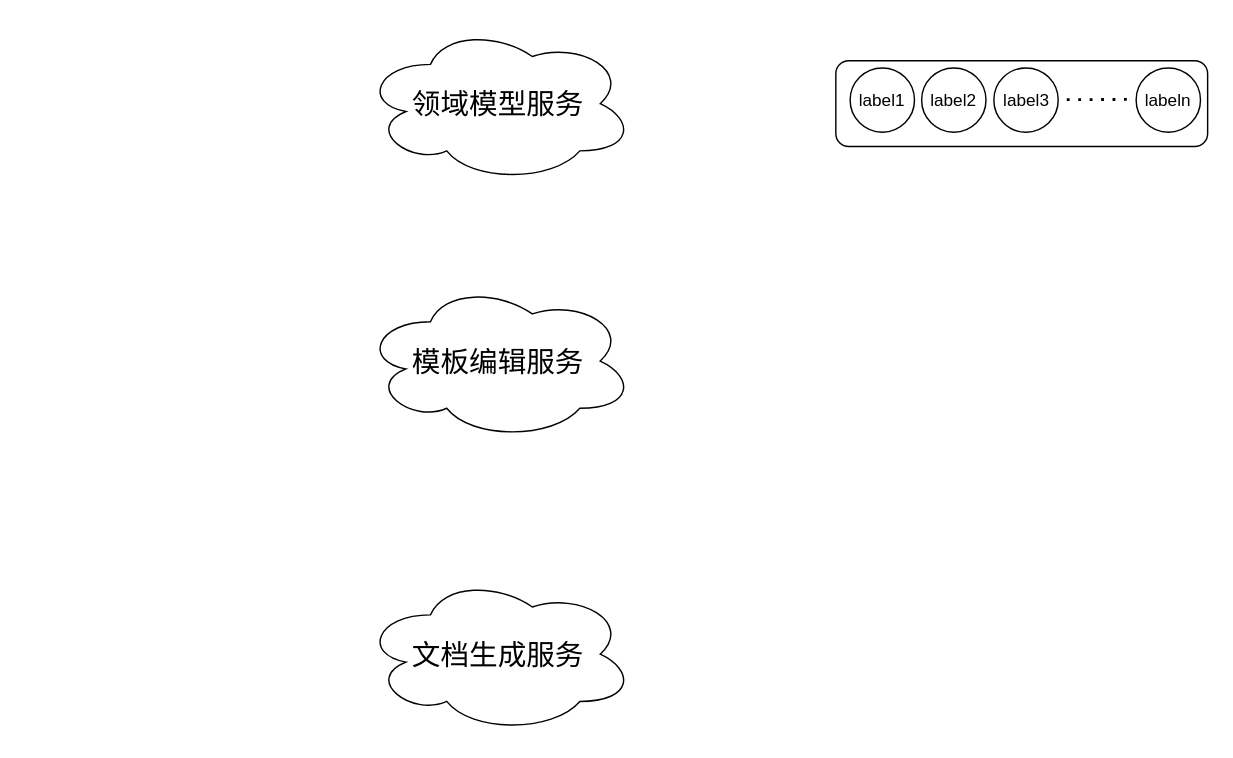
HonyoLAN/telmy keeps this draw.io diagram as 文档方案图.drawio. Above is the earlier version. Source tidied: cells renumbered, new cells numbered last; positions are measured from the earlier drawing's top-left corner, leaving out a move shared by most shapes. Both pictures are drawn from the tidied source at 143%, with x=0, y=0 at pixel (362, 24).
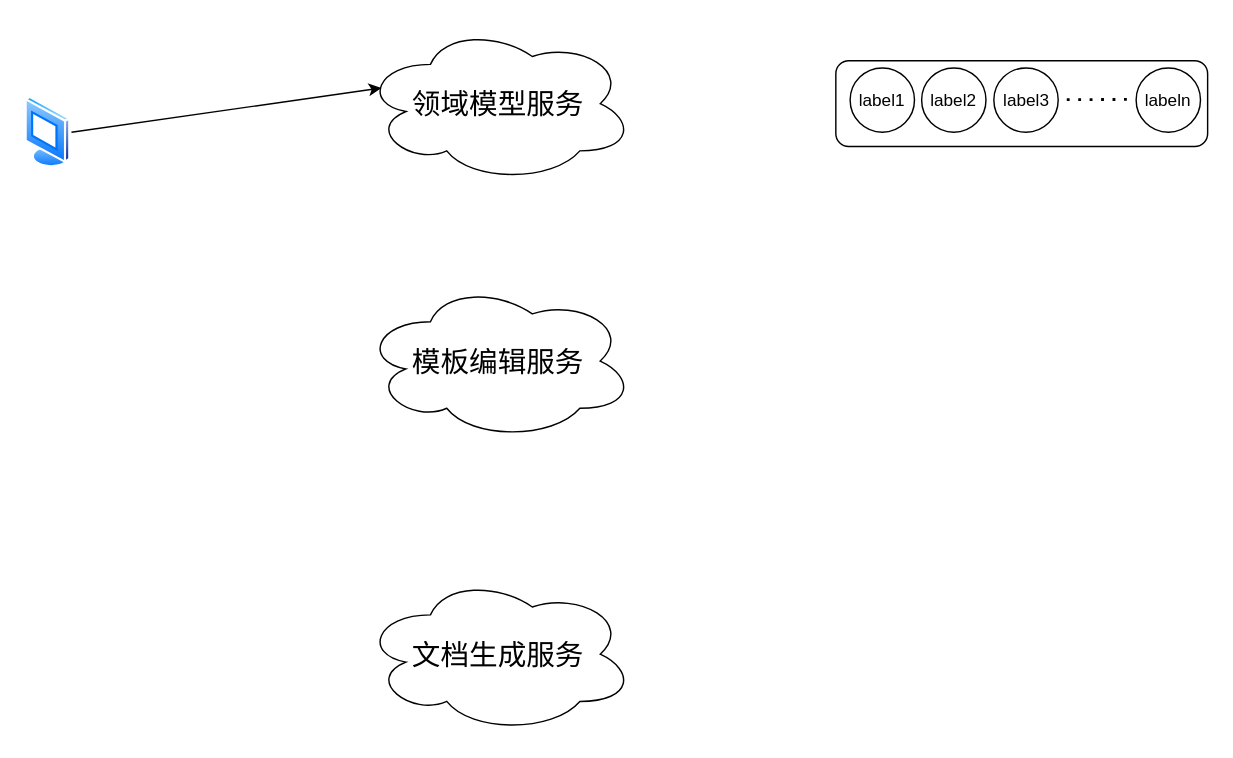
After the change.

Commit message:
更新文档方案图.drawio

The edit, as a diff of the source:
```diff
@@
 <mxGraphModel>
   <root>
     <mxCell id="0" />
     <mxCell id="1" parent="0" />
     <mxCell id="2" value="&lt;font style=&quot;font-size: 20px;&quot;&gt;领域模型服务&lt;/font&gt;" style="ellipse;shape=cloud;whiteSpace=wrap;html=1;" parent="1" vertex="1">
       <mxGeometry width="190" height="110" as="geometry" />
     </mxCell>
     <mxCell id="3" value="&lt;font style=&quot;font-size: 20px;&quot;&gt;模板编辑服务&lt;/font&gt;" style="ellipse;shape=cloud;whiteSpace=wrap;html=1;" parent="1" vertex="1">
       <mxGeometry y="180" width="190" height="110" as="geometry" />
     </mxCell>
     <mxCell id="4" value="&lt;font style=&quot;font-size: 20px;&quot;&gt;文档生成服务&lt;/font&gt;" style="ellipse;shape=cloud;whiteSpace=wrap;html=1;" parent="1" vertex="1">
       <mxGeometry y="385" width="190" height="110" as="geometry" />
     </mxCell>
     <mxCell id="5" style="rounded=1;whiteSpace=wrap;html=1;" parent="1" vertex="1">
       <mxGeometry x="331" y="25" width="260" height="60" as="geometry" />
     </mxCell>
     <mxCell id="6" value="label1" style="ellipse;whiteSpace=wrap;html=1;" parent="1" vertex="1">
       <mxGeometry x="341" y="30" width="45" height="45" as="geometry" />
     </mxCell>
     <mxCell id="7" value="label2" style="ellipse;whiteSpace=wrap;html=1;" parent="1" vertex="1">
       <mxGeometry x="391" y="30" width="45" height="45" as="geometry" />
     </mxCell>
     <mxCell id="8" value="label3" style="ellipse;whiteSpace=wrap;html=1;" parent="1" vertex="1">
       <mxGeometry x="441.5" y="30" width="45" height="45" as="geometry" />
     </mxCell>
     <mxCell id="9" value="labeln" style="ellipse;whiteSpace=wrap;html=1;" parent="1" vertex="1">
       <mxGeometry x="541" y="30" width="45" height="45" as="geometry" />
     </mxCell>
     <mxCell id="10" style="endArrow=none;dashed=1;html=1;dashPattern=1 3;strokeWidth=2;rounded=0;" parent="1" edge="1">
       <mxGeometry relative="1" as="geometry">
         <mxPoint x="492.5" y="52.2" as="sourcePoint" />
         <mxPoint x="540" y="52" as="targetPoint" />
       </mxGeometry>
     </mxCell>
+    <mxCell id="11" style="image;perimeter=ellipsePerimeter;html=1;align=center;shadow=0;dashed=0;spacingTop=3;image=img/lib/active_directory/vista_terminal.svg;" parent="1" vertex="1">
+      <mxGeometry x="-236" y="50" width="32.5" height="50" as="geometry" />
+    </mxCell>
+    <mxCell id="12" style="endArrow=classic;html=1;rounded=0;exitX=1;exitY=0.5;exitDx=0;exitDy=0;entryX=0.07;entryY=0.4;entryDx=0;entryDy=0;entryPerimeter=0;" parent="1" edge="1" source="11" target="2">
+      <mxGeometry relative="1" as="geometry" />
+    </mxCell>
   </root>
 </mxGraphModel>
```
